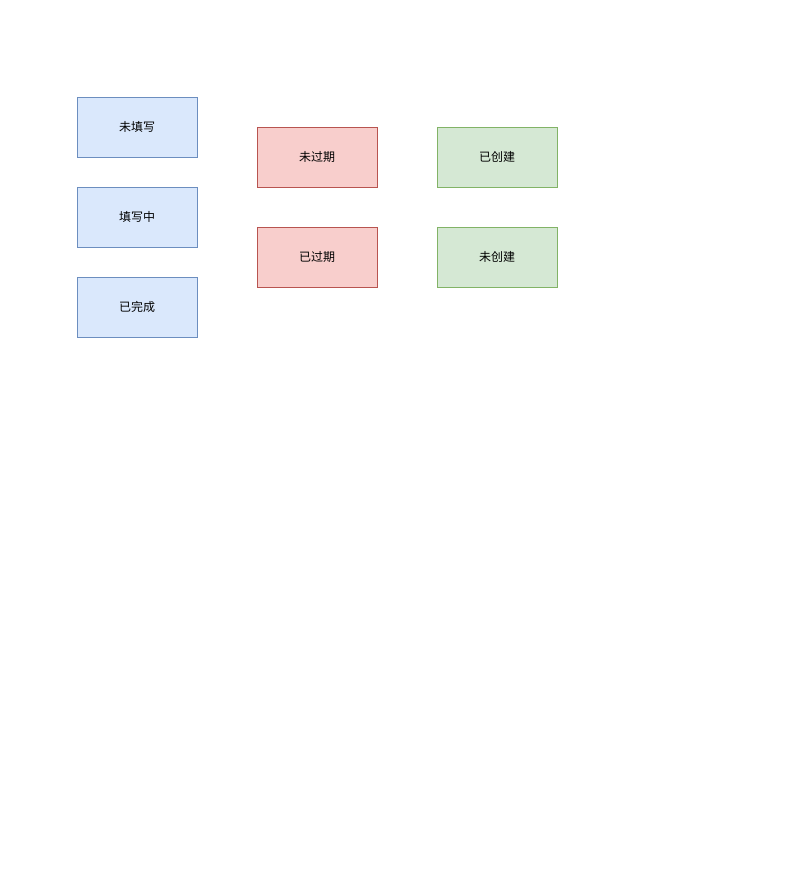
lorainwings/draw.io keeps this draw.io diagram as fe/聊天问卷.drawio. Above is the earlier version. Source tidied: cells renumbered, new cells numbered last; positions are measured from the earlier drawing's top-left corner, leaving out a move shared by most shapes. Both pictures are drawn from the tidied source at 100%, with x=0, y=0 at pixel (77, 97).
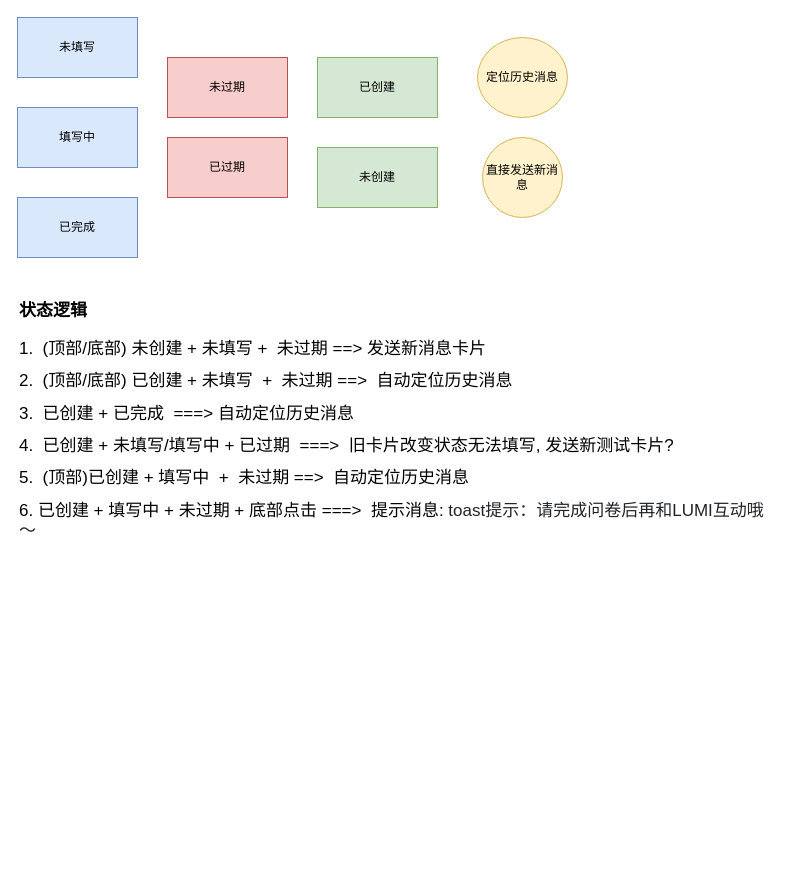
Above is the later version.

Commit message:
更新聊天问卷.drawio

Diff of the diagram source:
```diff
@@
 <mxGraphModel>
   <root>
     <mxCell id="0" />
     <mxCell id="1" parent="0" />
     <mxCell id="2" value="未填写" style="rounded=0;whiteSpace=wrap;html=1;fillColor=#dae8fc;strokeColor=#6c8ebf;" parent="1" vertex="1">
-      <mxGeometry width="120" height="60" as="geometry" />
+      <mxGeometry x="-60" y="-80" width="120" height="60" as="geometry" />
     </mxCell>
     <mxCell id="3" value="填写中" style="rounded=0;whiteSpace=wrap;html=1;fillColor=#dae8fc;strokeColor=#6c8ebf;" parent="1" vertex="1">
-      <mxGeometry y="90" width="120" height="60" as="geometry" />
+      <mxGeometry x="-60" y="10" width="120" height="60" as="geometry" />
     </mxCell>
     <mxCell id="4" value="已完成" style="rounded=0;whiteSpace=wrap;html=1;fillColor=#dae8fc;strokeColor=#6c8ebf;" parent="1" vertex="1">
-      <mxGeometry y="180" width="120" height="60" as="geometry" />
+      <mxGeometry x="-60" y="100" width="120" height="60" as="geometry" />
     </mxCell>
     <mxCell id="5" value="未过期" style="rounded=0;whiteSpace=wrap;html=1;fillColor=#f8cecc;strokeColor=#b85450;" parent="1" vertex="1">
-      <mxGeometry x="180" y="30" width="120" height="60" as="geometry" />
+      <mxGeometry x="90" y="-40" width="120" height="60" as="geometry" />
     </mxCell>
     <mxCell id="6" value="已过期" style="rounded=0;whiteSpace=wrap;html=1;fillColor=#f8cecc;strokeColor=#b85450;" parent="1" vertex="1">
-      <mxGeometry x="180" y="130" width="120" height="60" as="geometry" />
+      <mxGeometry x="90" y="40" width="120" height="60" as="geometry" />
     </mxCell>
     <mxCell id="7" value="已创建" style="rounded=0;whiteSpace=wrap;html=1;fillColor=#d5e8d4;strokeColor=#82b366;" parent="1" vertex="1">
-      <mxGeometry x="360" y="30" width="120" height="60" as="geometry" />
+      <mxGeometry x="240" y="-40" width="120" height="60" as="geometry" />
     </mxCell>
     <mxCell id="8" value="未创建" style="rounded=0;whiteSpace=wrap;html=1;fillColor=#d5e8d4;strokeColor=#82b366;" parent="1" vertex="1">
-      <mxGeometry x="360" y="130" width="120" height="60" as="geometry" />
+      <mxGeometry x="240" y="50" width="120" height="60" as="geometry" />
     </mxCell>
+    <mxCell id="9" value="直接发送新消息" style="ellipse;whiteSpace=wrap;html=1;fillColor=#fff2cc;strokeColor=#d6b656;rounded=0;" parent="1" vertex="1">
+      <mxGeometry x="405" y="40" width="80" height="80" as="geometry" />
+    </mxCell>
+    <mxCell id="10" value="定位历史消息" style="ellipse;whiteSpace=wrap;html=1;fillColor=#fff2cc;strokeColor=#d6b656;" parent="1" vertex="1">
+      <mxGeometry x="400" y="-60" width="90" height="80" as="geometry" />
+    </mxCell>
+    <mxCell id="11" value="&lt;div&gt;&lt;br&gt;&lt;/div&gt;" style="text;html=1;align=center;verticalAlign=middle;strokeColor=none;fillColor=none;fontSize=16;" parent="1" vertex="1">
+      <mxGeometry x="220" y="290" width="20" height="30" as="geometry" />
+    </mxCell>
+    <mxCell id="12" value="&lt;h1 style=&quot;margin-top: 0px;&quot;&gt;&lt;font style=&quot;font-size: 17px;&quot;&gt;状态逻辑&lt;/font&gt;&lt;/h1&gt;&lt;p&gt;&lt;font style=&quot;font-size: 17px;&quot;&gt;&lt;font style=&quot;&quot;&gt;1.&amp;nbsp; (顶部/底部) 未创建 + 未填写 +&amp;nbsp; 未过期 ==&amp;gt; 发送新消息卡片&amp;nbsp;&amp;nbsp;&lt;/font&gt;&lt;span style=&quot;background-color: transparent; color: light-dark(rgb(0, 0, 0), rgb(255, 255, 255));&quot;&gt;&amp;nbsp; &amp;nbsp; &amp;nbsp; &amp;nbsp; &amp;nbsp; &amp;nbsp; &amp;nbsp; &amp;nbsp; &amp;nbsp; &amp;nbsp; &amp;nbsp; &amp;nbsp;&lt;/span&gt;&lt;/font&gt;&lt;/p&gt;&lt;p&gt;&lt;font style=&quot;font-size: 17px;&quot;&gt;2.&amp;nbsp; (顶部/底部) 已创建 + 未填写&amp;nbsp; +&amp;nbsp; 未过期 ==&amp;gt;&amp;nbsp; 自动定位历史消息&amp;nbsp; &amp;nbsp;&lt;/font&gt;&lt;/p&gt;&lt;p&gt;&lt;font style=&quot;font-size: 17px;&quot;&gt;3.&amp;nbsp; 已创建 + 已完成&amp;nbsp; ===&amp;gt; 自动定位历史消息&lt;/font&gt;&lt;/p&gt;&lt;p&gt;&lt;font style=&quot;font-size: 17px;&quot;&gt;4.&amp;nbsp; 已创建 + 未填写/填写中 + 已过期&amp;nbsp; ===&amp;gt;&amp;nbsp; 旧卡片改变状态无法填写, 发送新测试卡片?&lt;/font&gt;&lt;/p&gt;&lt;p&gt;&lt;font style=&quot;font-size: 17px;&quot;&gt;&lt;font style=&quot;&quot;&gt;5.&amp;nbsp; (顶部)&lt;/font&gt;&lt;span style=&quot;background-color: transparent; color: light-dark(rgb(0, 0, 0), rgb(255, 255, 255));&quot;&gt;已创建 + 填写中&amp;nbsp; +&amp;nbsp; 未过期 ==&amp;gt;&amp;nbsp; 自动定位历史消息&lt;/span&gt;&lt;/font&gt;&lt;/p&gt;&lt;p&gt;&lt;font style=&quot;font-size: 17px;&quot;&gt;&lt;span style=&quot;background-color: transparent; color: light-dark(rgb(0, 0, 0), rgb(255, 255, 255));&quot;&gt;6. 已创建 + 填写中 + 未过期 + 底部点击 ===&amp;gt;&amp;nbsp; 提示消息:&amp;nbsp;&lt;/span&gt;&lt;span style=&quot;color: rgb(31, 35, 41); background-color: transparent;&quot;&gt;toast提示：请完成问卷后再和LUMI互动哦～&lt;/span&gt;&lt;/font&gt;&lt;/p&gt;&lt;font style=&quot;font-size: 17px;&quot;&gt;&lt;span style=&quot;white-space-collapse: preserve;&quot;&gt;&lt;/span&gt;&lt;/font&gt;&lt;div&gt;&lt;font style=&quot;font-size: 17px;&quot;&gt;&lt;br&gt;&lt;/font&gt;&lt;/div&gt;&lt;div&gt;&lt;font style=&quot;font-size: 17px;&quot;&gt;&lt;br&gt;&lt;/font&gt;&lt;/div&gt;&lt;div&gt;&lt;font style=&quot;font-size: 17px;&quot;&gt;&lt;br&gt;&lt;/font&gt;&lt;/div&gt;&lt;div&gt;&lt;br style=&quot;font-size: 16px; text-align: center; text-wrap-mode: nowrap;&quot;&gt;&lt;/div&gt;" style="text;html=1;whiteSpace=wrap;overflow=hidden;rounded=0;" parent="1" vertex="1">
+      <mxGeometry x="-60" y="190" width="760" height="570" as="geometry" />
+    </mxCell>
   </root>
 </mxGraphModel>
```
